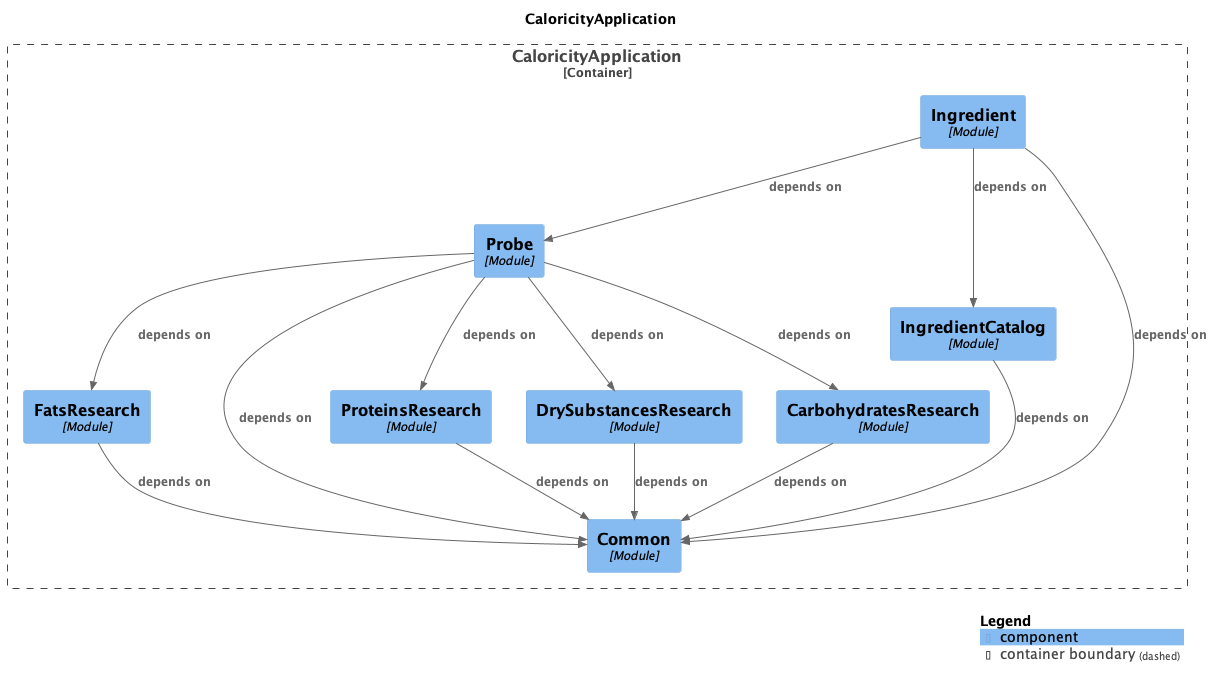
Before: components-CaloricityApplication.png, a diagram exported from PlantUML (asmirnov-backend/caloricity_backend).
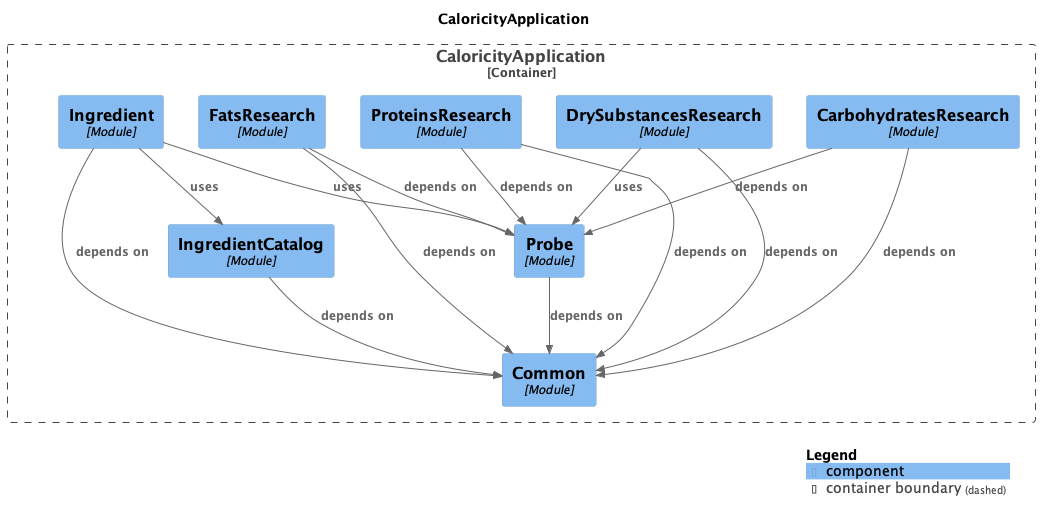
Above is the later version.

Commit message:
Update Modules diagram

The edit, as a diff of the source:
```diff
@@ -13,25 +13,25 @@
   Component(CaloricityApplication.CaloricityApplication.FatsResearch, "FatsResearch", $techn="Module", $descr="", $tags="", $link="")
   Component(CaloricityApplication.CaloricityApplication.IngredientCatalog, "IngredientCatalog", $techn="Module", $descr="", $tags="", $link="")
   Component(CaloricityApplication.CaloricityApplication.Ingredient, "Ingredient", $techn="Module", $descr="", $tags="", $link="")
+  Component(CaloricityApplication.CaloricityApplication.ProteinsResearch, "ProteinsResearch", $techn="Module", $descr="", $tags="", $link="")
   Component(CaloricityApplication.CaloricityApplication.Common, "Common", $techn="Module", $descr="", $tags="", $link="")
-  Component(CaloricityApplication.CaloricityApplication.ProteinsResearch, "ProteinsResearch", $techn="Module", $descr="", $tags="", $link="")
   Component(CaloricityApplication.CaloricityApplication.DrySubstancesResearch, "DrySubstancesResearch", $techn="Module", $descr="", $tags="", $link="")
   Component(CaloricityApplication.CaloricityApplication.CarbohydratesResearch, "CarbohydratesResearch", $techn="Module", $descr="", $tags="", $link="")
 }
 
+Rel(CaloricityApplication.CaloricityApplication.Probe, CaloricityApplication.CaloricityApplication.Common, "depends on", $techn="", $tags="", $link="")
+Rel(CaloricityApplication.CaloricityApplication.IngredientCatalog, CaloricityApplication.CaloricityApplication.Common, "depends on", $techn="", $tags="", $link="")
+Rel(CaloricityApplication.CaloricityApplication.DrySubstancesResearch, CaloricityApplication.CaloricityApplication.Common, "depends on", $techn="", $tags="", $link="")
+Rel(CaloricityApplication.CaloricityApplication.DrySubstancesResearch, CaloricityApplication.CaloricityApplication.Probe, "uses", $techn="", $tags="", $link="")
+Rel(CaloricityApplication.CaloricityApplication.Ingredient, CaloricityApplication.CaloricityApplication.Common, "depends on", $techn="", $tags="", $link="")
+Rel(CaloricityApplication.CaloricityApplication.Ingredient, CaloricityApplication.CaloricityApplication.Probe, "uses", $techn="", $tags="", $link="")
+Rel(CaloricityApplication.CaloricityApplication.Ingredient, CaloricityApplication.CaloricityApplication.IngredientCatalog, "uses", $techn="", $tags="", $link="")
+Rel(CaloricityApplication.CaloricityApplication.ProteinsResearch, CaloricityApplication.CaloricityApplication.Probe, "depends on", $techn="", $tags="", $link="")
+Rel(CaloricityApplication.CaloricityApplication.ProteinsResearch, CaloricityApplication.CaloricityApplication.Common, "depends on", $techn="", $tags="", $link="")
+Rel(CaloricityApplication.CaloricityApplication.CarbohydratesResearch, CaloricityApplication.CaloricityApplication.Probe, "depends on", $techn="", $tags="", $link="")
 Rel(CaloricityApplication.CaloricityApplication.CarbohydratesResearch, CaloricityApplication.CaloricityApplication.Common, "depends on", $techn="", $tags="", $link="")
-Rel(CaloricityApplication.CaloricityApplication.Probe, CaloricityApplication.CaloricityApplication.ProteinsResearch, "depends on", $techn="", $tags="", $link="")
-Rel(CaloricityApplication.CaloricityApplication.Probe, CaloricityApplication.CaloricityApplication.DrySubstancesResearch, "depends on", $techn="", $tags="", $link="")
-Rel(CaloricityApplication.CaloricityApplication.Probe, CaloricityApplication.CaloricityApplication.CarbohydratesResearch, "depends on", $techn="", $tags="", $link="")
-Rel(CaloricityApplication.CaloricityApplication.Probe, CaloricityApplication.CaloricityApplication.FatsResearch, "depends on", $techn="", $tags="", $link="")
-Rel(CaloricityApplication.CaloricityApplication.Probe, CaloricityApplication.CaloricityApplication.Common, "depends on", $techn="", $tags="", $link="")
+Rel(CaloricityApplication.CaloricityApplication.FatsResearch, CaloricityApplication.CaloricityApplication.Probe, "depends on", $techn="", $tags="", $link="")
 Rel(CaloricityApplication.CaloricityApplication.FatsResearch, CaloricityApplication.CaloricityApplication.Common, "depends on", $techn="", $tags="", $link="")
-Rel(CaloricityApplication.CaloricityApplication.IngredientCatalog, CaloricityApplication.CaloricityApplication.Common, "depends on", $techn="", $tags="", $link="")
-Rel(CaloricityApplication.CaloricityApplication.Ingredient, CaloricityApplication.CaloricityApplication.Probe, "depends on", $techn="", $tags="", $link="")
-Rel(CaloricityApplication.CaloricityApplication.Ingredient, CaloricityApplication.CaloricityApplication.IngredientCatalog, "depends on", $techn="", $tags="", $link="")
-Rel(CaloricityApplication.CaloricityApplication.Ingredient, CaloricityApplication.CaloricityApplication.Common, "depends on", $techn="", $tags="", $link="")
-Rel(CaloricityApplication.CaloricityApplication.ProteinsResearch, CaloricityApplication.CaloricityApplication.Common, "depends on", $techn="", $tags="", $link="")
-Rel(CaloricityApplication.CaloricityApplication.DrySubstancesResearch, CaloricityApplication.CaloricityApplication.Common, "depends on", $techn="", $tags="", $link="")
 
 SHOW_LEGEND(true)
 @enduml
```
